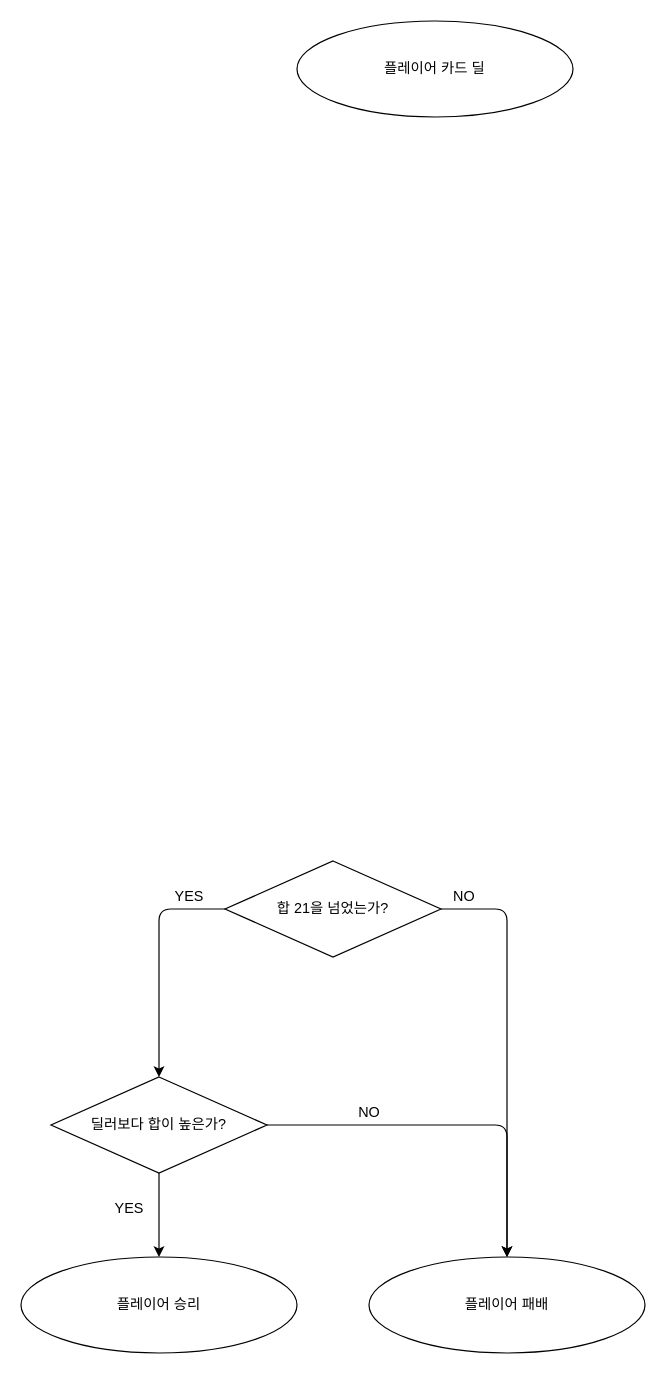
This is Untitled Diagram.drawio from lchj333/CreateTest, a draw.io file, before an edit. Source tidied: cells renumbered, new cells numbered last; positions are measured from the earlier drawing's top-left corner, leaving out a move shared by most shapes. Both pictures are drawn from the tidied source at 120%, with x=0, y=0 at pixel (20, 20).
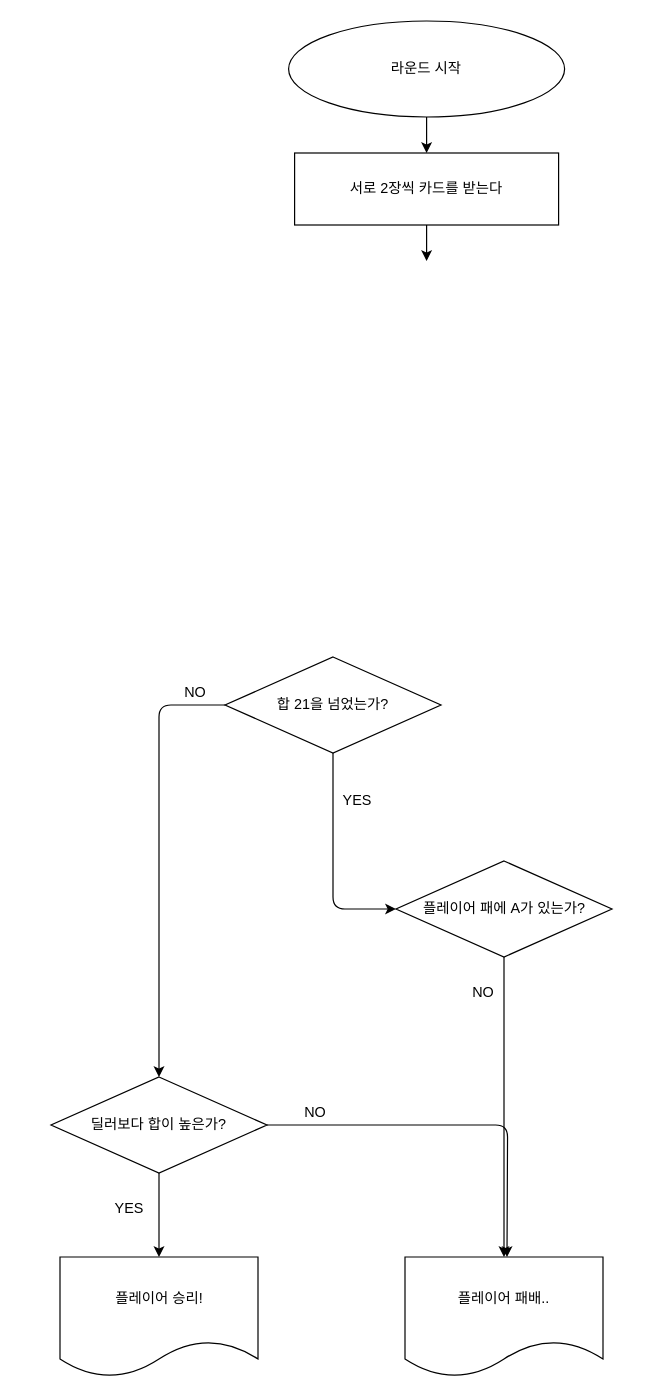
Above is the later version.

Unchanged cells that the change refers to:
```xml
<mxCell id="9" value="딜러보다 합이 높은가?" style="rhombus;whiteSpace=wrap;html=1;rounded=0;sketch=0;" parent="1" vertex="1">
  <mxGeometry x="25" y="880" width="180" height="80" as="geometry" />
</mxCell>
```

Diff of the diagram source:
```diff
@@
+    <mxCell id="15" style="edgeStyle=orthogonalEdgeStyle;curved=0;rounded=1;sketch=0;jettySize=auto;html=1;" parent="1" edge="1" source="2" target="20">
+      <mxGeometry relative="1" as="geometry" />
+    </mxCell>
-    <mxCell id="2" value="플레이어 카드 딜" style="ellipse;whiteSpace=wrap;html=1;rounded=0;sketch=0;" parent="1" vertex="1">
-      <mxGeometry x="230" width="230" height="80" as="geometry" />
+    <mxCell id="2" value="라운드 시작" style="ellipse;whiteSpace=wrap;html=1;rounded=0;sketch=0;" parent="1" vertex="1">
+      <mxGeometry x="223" width="230" height="80" as="geometry" />
     </mxCell>
-    <mxCell id="3" value="플레이어 패배" style="ellipse;whiteSpace=wrap;html=1;rounded=0;sketch=0;" parent="1" vertex="1">
-      <mxGeometry x="290" y="1030" width="230" height="80" as="geometry" />
-    </mxCell>
-    <mxCell id="4" value="플레이어 승리" style="ellipse;whiteSpace=wrap;html=1;rounded=0;sketch=0;" parent="1" vertex="1">
-      <mxGeometry y="1030" width="230" height="80" as="geometry" />
-    </mxCell>
-    <mxCell id="5" style="edgeStyle=orthogonalEdgeStyle;curved=0;rounded=1;sketch=0;jettySize=auto;html=1;exitX=1;exitY=0.5;exitDx=0;exitDy=0;" parent="1" edge="1" source="6" target="3">
-      <mxGeometry relative="1" as="geometry" />
-    </mxCell>
+    <mxCell id="10" style="edgeStyle=orthogonalEdgeStyle;curved=0;rounded=1;sketch=0;jettySize=auto;html=1;" parent="1" edge="1" source="6" target="9">
+      <mxGeometry relative="1" as="geometry">
+        <Array as="points">
+          <mxPoint x="260" y="570" />
+          <mxPoint x="115" y="570" />
+        </Array>
+      </mxGeometry>
+    </mxCell>
+    <mxCell id="16" style="edgeStyle=orthogonalEdgeStyle;curved=0;rounded=1;sketch=0;jettySize=auto;html=1;exitX=0.5;exitY=1;exitDx=0;exitDy=0;entryX=0;entryY=0.5;entryDx=0;entryDy=0;" parent="1" edge="1" source="6" target="23">
+      <mxGeometry relative="1" as="geometry" />
+    </mxCell>
     <mxCell id="6" value="합 21을 넘었는가?" style="rhombus;whiteSpace=wrap;html=1;rounded=0;sketch=0;" parent="1" vertex="1">
-      <mxGeometry x="170" y="700" width="180" height="80" as="geometry" />
+      <mxGeometry x="170" y="530" width="180" height="80" as="geometry" />
     </mxCell>
-    <mxCell id="7" style="edgeStyle=orthogonalEdgeStyle;curved=0;rounded=1;sketch=0;jettySize=auto;html=1;exitX=0.5;exitY=1;exitDx=0;exitDy=0;entryX=0.5;entryY=0;entryDx=0;entryDy=0;" parent="1" edge="1" source="9" target="4">
-      <mxGeometry relative="1" as="geometry" />
+    <mxCell id="7" style="edgeStyle=orthogonalEdgeStyle;curved=0;rounded=1;sketch=0;jettySize=auto;html=1;exitX=0.5;exitY=1;exitDx=0;exitDy=0;entryX=0.5;entryY=0;entryDx=0;entryDy=0;" parent="1" edge="1" source="9">
+      <mxGeometry relative="1" as="geometry">
+        <mxPoint x="115" y="1030" as="targetPoint" />
+      </mxGeometry>
     </mxCell>
-    <mxCell id="8" style="edgeStyle=orthogonalEdgeStyle;curved=0;rounded=1;sketch=0;jettySize=auto;html=1;exitX=1;exitY=0.5;exitDx=0;exitDy=0;entryX=0.5;entryY=0;entryDx=0;entryDy=0;" parent="1" edge="1" source="9" target="3">
-      <mxGeometry relative="1" as="geometry" />
+    <mxCell id="8" style="edgeStyle=orthogonalEdgeStyle;curved=0;rounded=1;sketch=0;jettySize=auto;html=1;exitX=1;exitY=0.5;exitDx=0;exitDy=0;entryX=0.5;entryY=0;entryDx=0;entryDy=0;" parent="1" edge="1" source="9">
+      <mxGeometry relative="1" as="geometry">
+        <mxPoint x="405" y="1030" as="targetPoint" />
+      </mxGeometry>
     </mxCell>
@@
-    <mxCell id="10" style="endArrow=classic;html=1;exitX=0;exitY=0.5;exitDx=0;exitDy=0;entryX=0.5;entryY=0;entryDx=0;entryDy=0;" parent="1" edge="1" source="6" target="9">
-      <mxGeometry relative="1" as="geometry">
-        <Array as="points">
-          <mxPoint x="115" y="740" />
-        </Array>
-      </mxGeometry>
-    </mxCell>
     <mxCell id="11" value="NO" style="text;html=1;align=center;verticalAlign=middle;" parent="1" vertex="1">
-      <mxGeometry x="275" y="900" width="30" height="20" as="geometry" />
+      <mxGeometry x="230" y="900" width="30" height="20" as="geometry" />
     </mxCell>
-    <mxCell id="12" value="NO" style="text;html=1;align=center;verticalAlign=middle;" parent="1" vertex="1">
-      <mxGeometry x="354" y="720" width="30" height="20" as="geometry" />
-    </mxCell>
+    <mxCell id="14" value="YES" style="text;html=1;align=center;verticalAlign=middle;" parent="1" vertex="1">
+      <mxGeometry x="70" y="980" width="40" height="20" as="geometry" />
+    </mxCell>
     <mxCell id="13" value="YES" style="text;html=1;align=center;verticalAlign=middle;" parent="1" vertex="1">
-      <mxGeometry x="120" y="720" width="40" height="20" as="geometry" />
+      <mxGeometry x="260" y="640" width="40" height="20" as="geometry" />
     </mxCell>
-    <mxCell id="14" value="YES" style="text;html=1;align=center;verticalAlign=middle;" parent="1" vertex="1">
-      <mxGeometry x="70" y="980" width="40" height="20" as="geometry" />
-    </mxCell>
+    <mxCell id="17" value="플레이어 승리!" style="shape=document;whiteSpace=wrap;html=1;boundedLbl=1;rounded=0;sketch=0;" parent="1" vertex="1">
+      <mxGeometry x="32.5" y="1030" width="165" height="100" as="geometry" />
+    </mxCell>
+    <mxCell id="18" value="플레이어 패배.." style="shape=document;whiteSpace=wrap;html=1;boundedLbl=1;rounded=0;sketch=0;" parent="1" vertex="1">
+      <mxGeometry x="320" y="1030" width="165" height="100" as="geometry" />
+    </mxCell>
+    <mxCell id="19" style="edgeStyle=orthogonalEdgeStyle;curved=0;rounded=1;sketch=0;jettySize=auto;html=1;" parent="1" edge="1" source="20">
+      <mxGeometry relative="1" as="geometry">
+        <mxPoint x="338" y="200" as="targetPoint" />
+      </mxGeometry>
+    </mxCell>
+    <mxCell id="20" value="서로 2장씩 카드를 받는다" style="rounded=0;whiteSpace=wrap;html=1;sketch=0;" parent="1" vertex="1">
+      <mxGeometry x="228" y="110" width="220" height="60" as="geometry" />
+    </mxCell>
+    <mxCell id="21" value="NO" style="text;html=1;align=center;verticalAlign=middle;" parent="1" vertex="1">
+      <mxGeometry x="130" y="550" width="30" height="20" as="geometry" />
+    </mxCell>
+    <mxCell id="22" style="edgeStyle=orthogonalEdgeStyle;curved=0;rounded=1;sketch=0;jettySize=auto;html=1;exitX=0.5;exitY=1;exitDx=0;exitDy=0;" parent="1" edge="1" source="23" target="18">
+      <mxGeometry relative="1" as="geometry">
+        <Array as="points">
+          <mxPoint x="403" y="900" />
+          <mxPoint x="403" y="900" />
+        </Array>
+      </mxGeometry>
+    </mxCell>
+    <mxCell id="23" value="플레이어 패에 A가 있는가?" style="rhombus;whiteSpace=wrap;html=1;rounded=0;sketch=0;" parent="1" vertex="1">
+      <mxGeometry x="312.5" y="700" width="180" height="80" as="geometry" />
+    </mxCell>
+    <mxCell id="24" value="NO" style="text;html=1;align=center;verticalAlign=middle;" parent="1" vertex="1">
+      <mxGeometry x="370" y="800" width="30" height="20" as="geometry" />
+    </mxCell>
```
